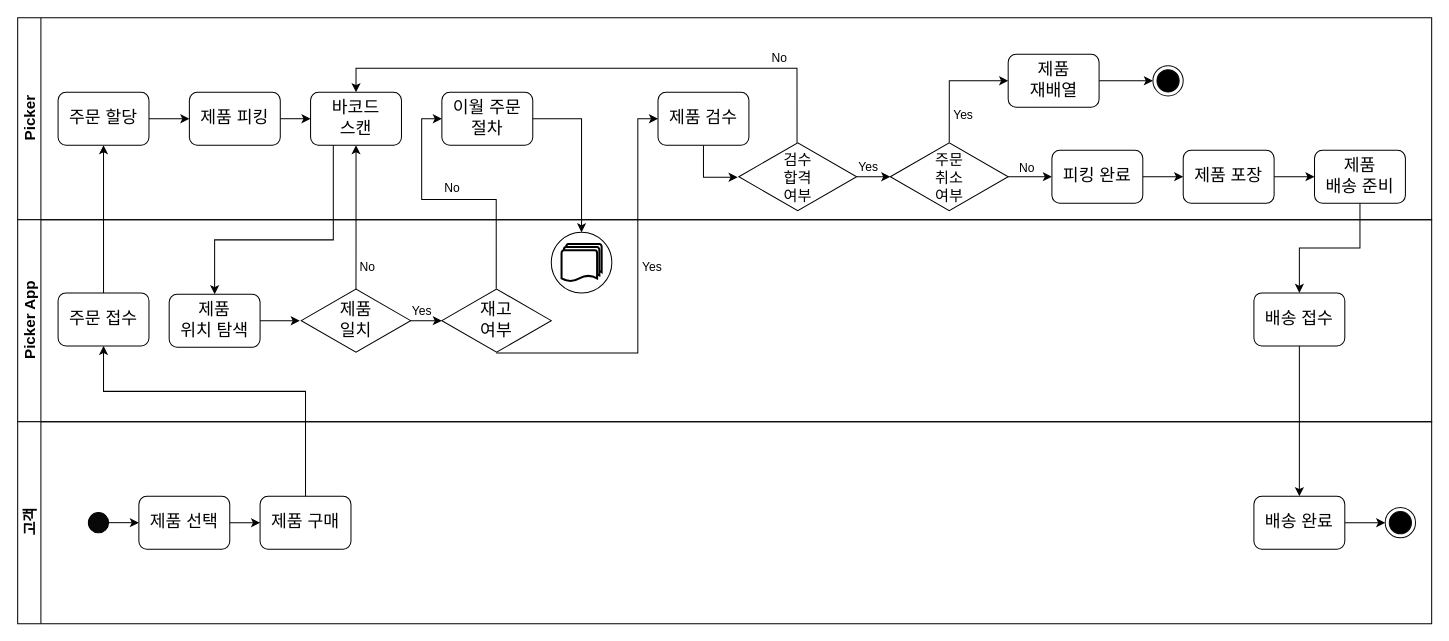
The draw.io diagram 제목 없는 다이어그램.drawio in dbsrudrla/diagram, before the edit. Source tidied: cells renumbered, new cells numbered last; positions are measured from the earlier drawing's top-left corner, leaving out a move shared by most shapes. Both pictures are drawn from the tidied source at 101%, with x=0, y=0 at pixel (17, 17).
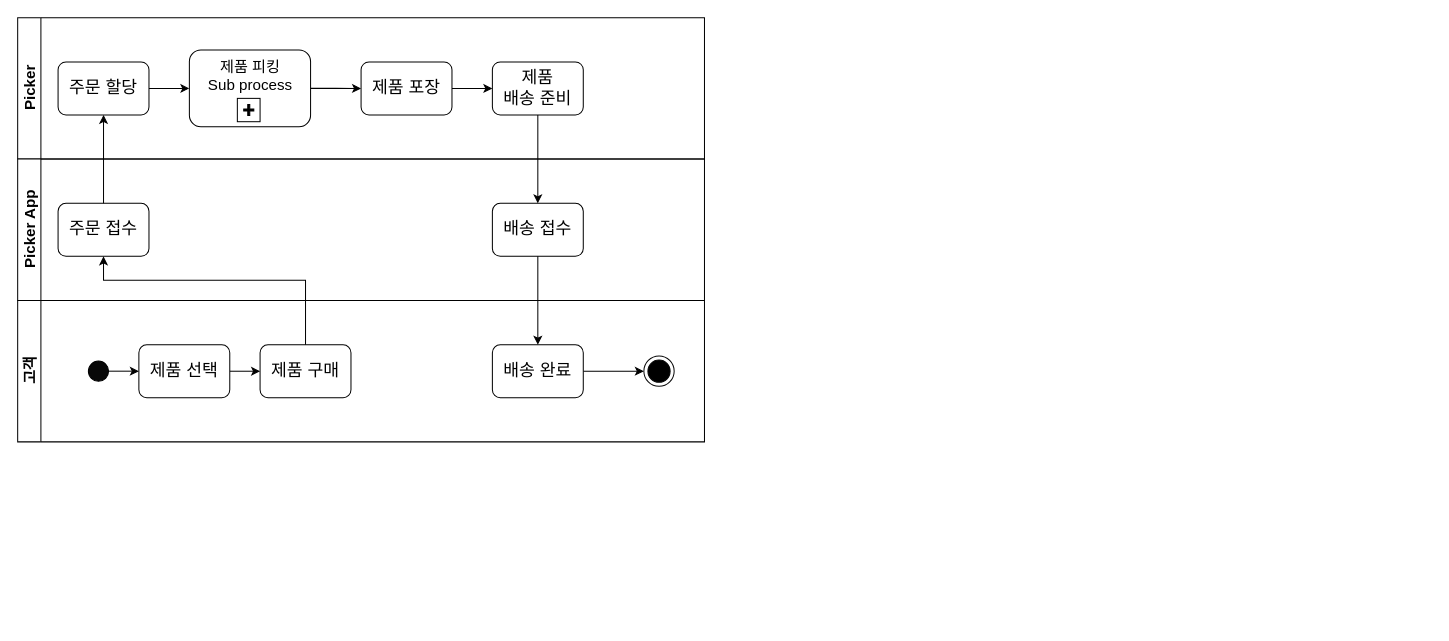
After the change.

Commit message:
제목 없는 다이어그램.drawio 업데이트

The edit, as a diff of the source:
```diff
@@
     <mxCell id="2" value="&lt;font style=&quot;font-size: 15px;&quot;&gt;&lt;b&gt;Picker&lt;/b&gt;&lt;/font&gt;" style="swimlane;horizontal=0;whiteSpace=wrap;html=1;fontStyle=0;" parent="1" vertex="1">
-      <mxGeometry width="1400" height="200" as="geometry" />
+      <mxGeometry width="680" height="140" as="geometry" />
     </mxCell>
@@
-    <mxCell id="4" style="edgeStyle=orthogonalEdgeStyle;rounded=0;jettySize=auto;html=1;exitX=1;exitY=0.5;exitDx=0;exitDy=0;entryX=0;entryY=0.5;entryDx=0;entryDy=0;" parent="2" edge="1" source="17" target="18">
-      <mxGeometry relative="1" as="geometry" />
-    </mxCell>
-    <mxCell id="5" style="edgeStyle=orthogonalEdgeStyle;rounded=0;jettySize=auto;html=1;exitX=0.5;exitY=0;exitDx=0;exitDy=0;entryX=0.494;entryY=0.02;entryDx=0;entryDy=0;entryPerimeter=0;startArrow=classic;startFill=1;endArrow=none;endFill=0;" parent="2" edge="1" source="18" target="8">
-      <mxGeometry relative="1" as="geometry">
-        <Array as="points">
-          <mxPoint x="335" y="50" />
-          <mxPoint x="772" y="50" />
-          <mxPoint x="772" y="124" />
-        </Array>
-      </mxGeometry>
-    </mxCell>
-    <mxCell id="6" style="edgeStyle=orthogonalEdgeStyle;rounded=0;jettySize=auto;html=1;exitX=0.5;exitY=1;exitDx=0;exitDy=0;entryX=-0.01;entryY=0.507;entryDx=0;entryDy=0;entryPerimeter=0;" parent="2" edge="1" source="20" target="8">
-      <mxGeometry relative="1" as="geometry">
-        <Array as="points">
-          <mxPoint x="679" y="158" />
-        </Array>
-      </mxGeometry>
-    </mxCell>
-    <mxCell id="7" style="edgeStyle=orthogonalEdgeStyle;rounded=0;jettySize=auto;html=1;" parent="2" edge="1" source="8" target="10">
-      <mxGeometry relative="1" as="geometry" />
-    </mxCell>
-    <mxCell id="8" value="검수&lt;br&gt;합격&lt;br&gt;여부" style="html=1;whiteSpace=wrap;shape=isoRectangle;fontSize=15;" parent="2" vertex="1">
-      <mxGeometry x="714" y="122.5" width="116.7" height="70" as="geometry" />
-    </mxCell>
-    <mxCell id="9" style="edgeStyle=orthogonalEdgeStyle;rounded=0;jettySize=auto;html=1;entryX=0;entryY=0.5;entryDx=0;entryDy=0;" parent="2" edge="1" source="10" target="22">
-      <mxGeometry relative="1" as="geometry" />
-    </mxCell>
-    <mxCell id="10" value="주문&lt;br&gt;취소&lt;br&gt;여부" style="html=1;whiteSpace=wrap;shape=isoRectangle;fontSize=15;" parent="2" vertex="1">
-      <mxGeometry x="864" y="122.5" width="116.7" height="70" as="geometry" />
-    </mxCell>
-    <mxCell id="11" style="edgeStyle=orthogonalEdgeStyle;rounded=0;jettySize=auto;html=1;exitX=0;exitY=0.5;exitDx=0;exitDy=0;entryX=0.5;entryY=0.015;entryDx=0;entryDy=0;entryPerimeter=0;startArrow=classic;startFill=1;endArrow=none;endFill=0;" parent="2" edge="1" source="21" target="10">
-      <mxGeometry relative="1" as="geometry" />
-    </mxCell>
-    <mxCell id="12" style="edgeStyle=orthogonalEdgeStyle;rounded=0;jettySize=auto;html=1;exitX=1;exitY=0.5;exitDx=0;exitDy=0;entryX=0;entryY=0.5;entryDx=0;entryDy=0;" parent="2" edge="1" source="21" target="13">
-      <mxGeometry relative="1" as="geometry" />
-    </mxCell>
-    <mxCell id="13" style="ellipse;html=1;shape=endState;fillColor=#000000;strokeColor=#080808;" parent="2" vertex="1">
-      <mxGeometry x="1124" y="47.5" width="30" height="30" as="geometry" />
-    </mxCell>
-    <mxCell id="14" style="edgeStyle=orthogonalEdgeStyle;rounded=0;jettySize=auto;html=1;exitX=1;exitY=0.5;exitDx=0;exitDy=0;entryX=0;entryY=0.5;entryDx=0;entryDy=0;" parent="2" edge="1" source="22" target="23">
-      <mxGeometry relative="1" as="geometry" />
-    </mxCell>
@@
     <mxCell id="16" value="&lt;font style=&quot;font-size: 17px;&quot;&gt;주문 할당&lt;/font&gt;" style="rounded=1;whiteSpace=wrap;html=1;fontSize=17;" parent="2" vertex="1">
-      <mxGeometry x="40" y="73.8" width="90" height="52.5" as="geometry" />
+      <mxGeometry x="40" y="43.8" width="90" height="52.5" as="geometry" />
     </mxCell>
+    <mxCell id="61" style="edgeStyle=orthogonalEdgeStyle;rounded=0;jettySize=auto;html=1;exitX=1;exitY=0.5;exitDx=0;exitDy=0;entryX=0;entryY=0.5;entryDx=0;entryDy=0;" parent="2" edge="1" source="17" target="23">
+      <mxGeometry relative="1" as="geometry" />
+    </mxCell>
-    <mxCell id="17" value="&lt;font style=&quot;font-size: 17px;&quot;&gt;제품 피킹&lt;/font&gt;" style="rounded=1;whiteSpace=wrap;html=1;fontSize=17;" parent="2" vertex="1">
-      <mxGeometry x="170" y="73.8" width="90" height="52.5" as="geometry" />
+    <mxCell id="17" value="&lt;p style=&quot;line-height: 120%;&quot;&gt;&lt;font style=&quot;font-size: 14px;&quot;&gt;&lt;br&gt;&lt;/font&gt;&lt;/p&gt;" style="rounded=1;whiteSpace=wrap;html=1;fontSize=17;" parent="2" vertex="1">
+      <mxGeometry x="170" y="31.9" width="120" height="76.2" as="geometry" />
     </mxCell>
-    <mxCell id="18" value="&lt;font style=&quot;font-size: 17px;&quot;&gt;바코드&lt;br&gt;스캔&lt;/font&gt;" style="rounded=1;whiteSpace=wrap;html=1;fontSize=17;" parent="2" vertex="1">
-      <mxGeometry x="290" y="73.8" width="90" height="52.5" as="geometry" />
-    </mxCell>
-    <mxCell id="19" value="이월 주문&lt;br&gt;절차" style="rounded=1;whiteSpace=wrap;html=1;fontSize=17;" parent="2" vertex="1">
-      <mxGeometry x="420" y="73.8" width="90" height="52.5" as="geometry" />
-    </mxCell>
-    <mxCell id="20" value="제품 검수" style="rounded=1;whiteSpace=wrap;html=1;fontSize=17;" parent="2" vertex="1">
-      <mxGeometry x="634" y="73.8" width="90" height="52.5" as="geometry" />
-    </mxCell>
-    <mxCell id="21" value="제품&lt;br&gt;재배열" style="rounded=1;whiteSpace=wrap;html=1;fontSize=17;" parent="2" vertex="1">
-      <mxGeometry x="980.7" y="36.2" width="90" height="52.5" as="geometry" />
-    </mxCell>
-    <mxCell id="22" value="피킹 완료" style="rounded=1;whiteSpace=wrap;html=1;fontSize=17;" parent="2" vertex="1">
-      <mxGeometry x="1024" y="131.2" width="90" height="52.5" as="geometry" />
-    </mxCell>
     <mxCell id="23" value="제품 포장" style="rounded=1;whiteSpace=wrap;html=1;fontSize=17;" parent="2" vertex="1">
-      <mxGeometry x="1154" y="131.2" width="90" height="52.5" as="geometry" />
+      <mxGeometry x="340" y="43.8" width="90" height="52.5" as="geometry" />
     </mxCell>
     <mxCell id="24" value="제품&lt;br&gt;배송 준비" style="rounded=1;whiteSpace=wrap;html=1;fontSize=17;" parent="2" vertex="1">
-      <mxGeometry x="1284" y="131.2" width="90" height="52.5" as="geometry" />
+      <mxGeometry x="470" y="43.8" width="90" height="52.5" as="geometry" />
     </mxCell>
-    <mxCell id="25" value="No" style="text;html=1;align=center;verticalAlign=middle;strokeColor=none;fillColor=none;" parent="2" vertex="1">
-      <mxGeometry x="410" y="153.8" width="40" height="30" as="geometry" />
-    </mxCell>
-    <mxCell id="26" value="No" style="text;html=1;align=center;verticalAlign=middle;strokeColor=none;fillColor=none;" parent="2" vertex="1">
-      <mxGeometry x="734" y="24.5" width="40" height="30" as="geometry" />
-    </mxCell>
-    <mxCell id="27" value="Yes" style="text;html=1;align=center;verticalAlign=middle;strokeColor=none;fillColor=none;" parent="2" vertex="1">
-      <mxGeometry x="822" y="133.2" width="40" height="30" as="geometry" />
-    </mxCell>
-    <mxCell id="28" value="Yes" style="text;html=1;align=center;verticalAlign=middle;strokeColor=none;fillColor=none;" parent="2" vertex="1">
-      <mxGeometry x="916" y="82" width="40" height="30" as="geometry" />
-    </mxCell>
-    <mxCell id="29" value="No" style="text;html=1;align=center;verticalAlign=middle;strokeColor=none;fillColor=none;" parent="2" vertex="1">
-      <mxGeometry x="978.7" y="134.2" width="40" height="30" as="geometry" />
-    </mxCell>
+    <mxCell id="62" value="&lt;font style=&quot;font-size: 15px;&quot;&gt;제품 피킹&lt;br&gt;Sub process&lt;/font&gt;" style="text;html=1;align=center;verticalAlign=middle;strokeColor=none;fillColor=none;" parent="2" vertex="1">
+      <mxGeometry x="175" y="31.9" width="110" height="50" as="geometry" />
+    </mxCell>
+    <mxCell id="63" style="rounded=0;whiteSpace=wrap;html=1;" parent="2" vertex="1">
+      <mxGeometry x="217.5" y="79.9" width="22.5" height="23.1" as="geometry" />
+    </mxCell>
+    <mxCell id="64" style="shape=cross;whiteSpace=wrap;html=1;fillColor=#000000;" parent="2" vertex="1">
+      <mxGeometry x="223.8" y="85.9" width="10" height="11" as="geometry" />
+    </mxCell>
     <mxCell id="30" value="&lt;font style=&quot;font-size: 15px;&quot;&gt;Picker App&lt;/font&gt;" style="swimlane;horizontal=0;whiteSpace=wrap;html=1;" parent="1" vertex="1">
-      <mxGeometry y="200" width="1400" height="200" as="geometry" />
+      <mxGeometry y="140" width="680" height="140" as="geometry" />
     </mxCell>
-    <mxCell id="31" style="edgeStyle=orthogonalEdgeStyle;rounded=0;jettySize=auto;html=1;exitX=1;exitY=0.5;exitDx=0;exitDy=0;entryX=-0.014;entryY=0.497;entryDx=0;entryDy=0;entryPerimeter=0;" parent="30" edge="1" source="36" target="32">
-      <mxGeometry relative="1" as="geometry" />
-    </mxCell>
-    <mxCell id="32" value="제품&lt;br style=&quot;font-size: 17px;&quot;&gt;일치" style="html=1;whiteSpace=wrap;shape=isoRectangle;fontSize=17;" parent="30" vertex="1">
-      <mxGeometry x="280.8" y="67.5" width="108.3" height="65" as="geometry" />
-    </mxCell>
-    <mxCell id="33" style="edgeStyle=orthogonalEdgeStyle;rounded=0;jettySize=auto;html=1;startArrow=classic;startFill=1;endArrow=none;endFill=0;" parent="30" edge="1" source="34" target="32">
-      <mxGeometry relative="1" as="geometry" />
-    </mxCell>
-    <mxCell id="34" value="재고&lt;br style=&quot;font-size: 17px;&quot;&gt;여부" style="html=1;whiteSpace=wrap;shape=isoRectangle;fontSize=17;" parent="30" vertex="1">
-      <mxGeometry x="420" y="67.5" width="108.3" height="65" as="geometry" />
-    </mxCell>
     <mxCell id="35" value="&lt;font style=&quot;font-size: 17px;&quot;&gt;주문 접수&lt;/font&gt;" style="rounded=1;whiteSpace=wrap;html=1;fontSize=17;" parent="30" vertex="1">
-      <mxGeometry x="40" y="72.5" width="90" height="52.5" as="geometry" />
+      <mxGeometry x="40" y="43.8" width="90" height="52.5" as="geometry" />
     </mxCell>
-    <mxCell id="36" value="&lt;font style=&quot;font-size: 17px;&quot;&gt;제품&lt;br&gt;위치 탐색&lt;br&gt;&lt;/font&gt;" style="rounded=1;whiteSpace=wrap;html=1;fontSize=17;" parent="30" vertex="1">
-      <mxGeometry x="150" y="73.8" width="90" height="52.5" as="geometry" />
-    </mxCell>
     <mxCell id="37" value="배송 접수" style="rounded=1;whiteSpace=wrap;html=1;fontSize=17;" parent="30" vertex="1">
-      <mxGeometry x="1224" y="72.5" width="90" height="52.5" as="geometry" />
+      <mxGeometry x="470" y="43.8" width="90" height="52.5" as="geometry" />
     </mxCell>
-    <mxCell id="38" value="No" style="text;html=1;align=center;verticalAlign=middle;strokeColor=none;fillColor=none;" parent="30" vertex="1">
-      <mxGeometry x="326" y="31.5" width="40" height="30" as="geometry" />
-    </mxCell>
-    <mxCell id="39" value="Yes" style="text;html=1;align=center;verticalAlign=middle;strokeColor=none;fillColor=none;" parent="30" vertex="1">
-      <mxGeometry x="608.3" y="31.5" width="40" height="30" as="geometry" />
-    </mxCell>
-    <mxCell id="40" style="verticalLabelPosition=bottom;verticalAlign=top;html=1;shape=mxgraph.flowchart.on-page_reference;" parent="30" vertex="1">
-      <mxGeometry x="528.3" y="12.5" width="60" height="60" as="geometry" />
-    </mxCell>
-    <mxCell id="41" style="strokeWidth=2;html=1;shape=mxgraph.flowchart.multi-document;whiteSpace=wrap;" parent="30" vertex="1">
-      <mxGeometry x="538.5" y="24" width="39.7" height="37.5" as="geometry" />
-    </mxCell>
     <mxCell id="42" value="&lt;font style=&quot;font-size: 15px;&quot;&gt;고객&lt;/font&gt;" style="swimlane;horizontal=0;whiteSpace=wrap;html=1;" parent="1" vertex="1">
-      <mxGeometry y="400" width="1400" height="200" as="geometry" />
+      <mxGeometry y="280" width="680" height="140" as="geometry" />
     </mxCell>
-    <mxCell id="43" style="edgeStyle=orthogonalEdgeStyle;rounded=0;jettySize=auto;html=1;exitX=1;exitY=0.5;exitDx=0;exitDy=0;entryX=0;entryY=0.5;entryDx=0;entryDy=0;" parent="42" edge="1" source="44" target="46">
-      <mxGeometry relative="1" as="geometry" />
-    </mxCell>
     <mxCell id="44" style="ellipse;whiteSpace=wrap;html=1;fillColor=#080808;" parent="42" vertex="1">
-      <mxGeometry x="70" y="90" width="20" height="20" as="geometry" />
+      <mxGeometry x="70" y="60" width="20" height="20" as="geometry" />
     </mxCell>
-    <mxCell id="45" style="edgeStyle=orthogonalEdgeStyle;rounded=0;jettySize=auto;html=1;exitX=1;exitY=0.5;exitDx=0;exitDy=0;entryX=0;entryY=0.5;entryDx=0;entryDy=0;" parent="42" edge="1" source="46">
-      <mxGeometry relative="1" as="geometry">
-        <mxPoint x="240" y="100" as="targetPoint" />
-      </mxGeometry>
-    </mxCell>
-    <mxCell id="46" value="&lt;font style=&quot;font-size: 17px;&quot;&gt;제품 선택&lt;/font&gt;" style="rounded=1;whiteSpace=wrap;html=1;" parent="42" vertex="1">
-      <mxGeometry x="120" y="73.8" width="90" height="52.5" as="geometry" />
-    </mxCell>
@@
     <mxCell id="48" style="ellipse;html=1;shape=endState;fillColor=#000000;strokeColor=#080808;" parent="42" vertex="1">
-      <mxGeometry x="1354" y="85" width="30" height="30" as="geometry" />
+      <mxGeometry x="620" y="55" width="30" height="30" as="geometry" />
     </mxCell>
     <mxCell id="49" value="&lt;font style=&quot;font-size: 17px;&quot;&gt;제품 구매&lt;/font&gt;" style="rounded=1;whiteSpace=wrap;html=1;fontSize=17;" parent="42" vertex="1">
-      <mxGeometry x="240" y="73.8" width="90" height="52.5" as="geometry" />
+      <mxGeometry x="240" y="43.8" width="90" height="52.5" as="geometry" />
     </mxCell>
     <mxCell id="50" value="배송 완료" style="rounded=1;whiteSpace=wrap;html=1;fontSize=17;" parent="42" vertex="1">
-      <mxGeometry x="1224" y="73.8" width="90" height="52.5" as="geometry" />
+      <mxGeometry x="470" y="43.8" width="90" height="52.5" as="geometry" />
     </mxCell>
     <mxCell id="51" style="edgeStyle=orthogonalEdgeStyle;rounded=0;jettySize=auto;html=1;exitX=0.5;exitY=0;exitDx=0;exitDy=0;entryX=0.5;entryY=1;entryDx=0;entryDy=0;" parent="1" edge="1" source="49" target="35">
       <mxGeometry relative="1" as="geometry">
         <Array as="points">
-          <mxPoint x="285" y="370" />
-          <mxPoint x="85" y="370" />
+          <mxPoint x="285" y="260" />
+          <mxPoint x="85" y="260" />
         </Array>
       </mxGeometry>
     </mxCell>
@@
-    <mxCell id="53" style="edgeStyle=orthogonalEdgeStyle;rounded=0;jettySize=auto;html=1;exitX=0.25;exitY=1;exitDx=0;exitDy=0;entryX=0.5;entryY=0;entryDx=0;entryDy=0;" parent="1" edge="1" source="18" target="36">
-      <mxGeometry relative="1" as="geometry">
-        <Array as="points">
-          <mxPoint x="313" y="220" />
-          <mxPoint x="195" y="220" />
-        </Array>
-      </mxGeometry>
-    </mxCell>
-    <mxCell id="54" style="edgeStyle=orthogonalEdgeStyle;rounded=0;jettySize=auto;html=1;exitX=0.5;exitY=1;exitDx=0;exitDy=0;entryX=0.5;entryY=0.019;entryDx=0;entryDy=0;entryPerimeter=0;startArrow=classic;startFill=1;endArrow=none;endFill=0;" parent="1" edge="1" source="18" target="32">
-      <mxGeometry relative="1" as="geometry">
-        <Array as="points">
-          <mxPoint x="335" y="230" />
-          <mxPoint x="335" y="230" />
-        </Array>
-      </mxGeometry>
-    </mxCell>
-    <mxCell id="55" style="edgeStyle=orthogonalEdgeStyle;rounded=0;jettySize=auto;html=1;exitX=0;exitY=0.5;exitDx=0;exitDy=0;entryX=0.497;entryY=0.015;entryDx=0;entryDy=0;entryPerimeter=0;startArrow=classic;startFill=1;endArrow=none;endFill=0;" parent="1" edge="1" source="19" target="34">
-      <mxGeometry relative="1" as="geometry">
-        <Array as="points">
-          <mxPoint x="400" y="100" />
-          <mxPoint x="400" y="180" />
-          <mxPoint x="474" y="180" />
-        </Array>
-      </mxGeometry>
-    </mxCell>
-    <mxCell id="56" style="edgeStyle=elbowEdgeStyle;rounded=0;jettySize=auto;html=1;endArrow=none;endFill=0;startArrow=classic;startFill=1;exitX=0;exitY=0.5;exitDx=0;exitDy=0;entryX=0.497;entryY=0.991;entryDx=0;entryDy=0;entryPerimeter=0;" parent="1" edge="1" source="20" target="34">
-      <mxGeometry relative="1" as="geometry">
-        <Array as="points">
-          <mxPoint x="614" y="230" />
-          <mxPoint x="684" y="190" />
-        </Array>
-      </mxGeometry>
-    </mxCell>
@@
-    <mxCell id="59" value="Yes" style="text;html=1;align=center;verticalAlign=middle;strokeColor=none;fillColor=none;" parent="1" vertex="1">
-      <mxGeometry x="380" y="276" width="40" height="30" as="geometry" />
-    </mxCell>
-    <mxCell id="60" style="edgeStyle=orthogonalEdgeStyle;rounded=0;jettySize=auto;html=1;exitX=1;exitY=0.5;exitDx=0;exitDy=0;entryX=0.5;entryY=0;entryDx=0;entryDy=0;entryPerimeter=0;" parent="1" edge="1" source="19" target="40">
-      <mxGeometry relative="1" as="geometry" />
-    </mxCell>
+    <mxCell id="65" style="edgeStyle=orthogonalEdgeStyle;rounded=0;jettySize=auto;html=1;exitX=1;exitY=0.5;exitDx=0;exitDy=0;entryX=0;entryY=0.5;entryDx=0;entryDy=0;" parent="1" edge="1" source="46" target="49">
+      <mxGeometry relative="1" as="geometry" />
+    </mxCell>
+    <mxCell id="46" value="&lt;font style=&quot;font-size: 17px;&quot;&gt;제품 선택&lt;/font&gt;" style="rounded=1;whiteSpace=wrap;html=1;" parent="1" vertex="1">
+      <mxGeometry x="120" y="323.8" width="90" height="52.5" as="geometry" />
+    </mxCell>
+    <mxCell id="43" style="edgeStyle=orthogonalEdgeStyle;rounded=0;jettySize=auto;html=1;exitX=1;exitY=0.5;exitDx=0;exitDy=0;entryX=0;entryY=0.5;entryDx=0;entryDy=0;" parent="1" edge="1" source="44" target="46">
+      <mxGeometry relative="1" as="geometry" />
+    </mxCell>
```
